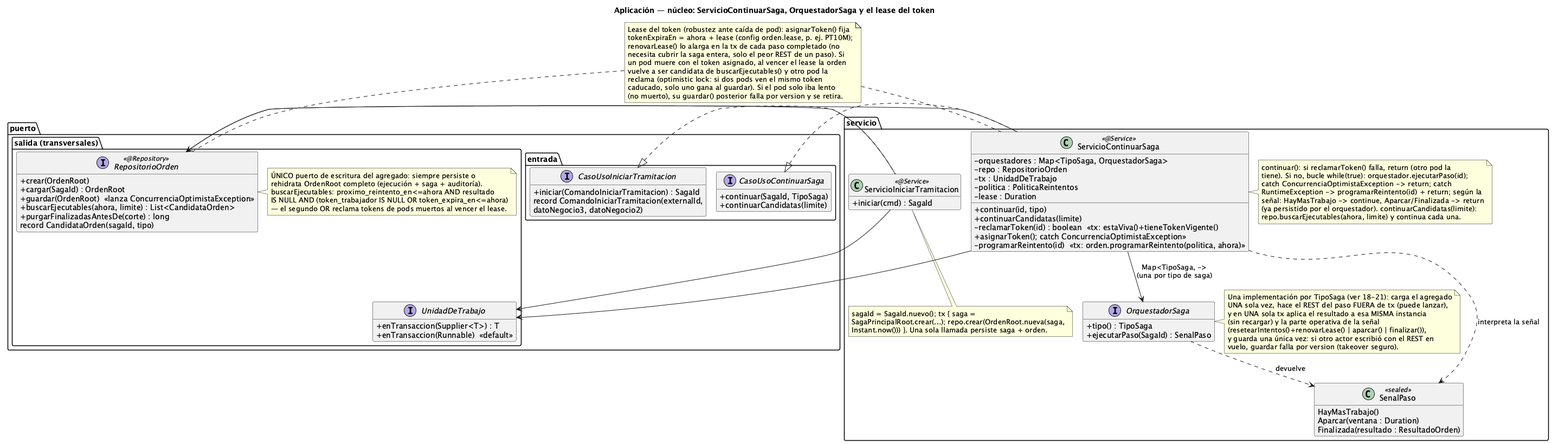
Before: order-manager/docs/17-clases-aplicacion-nucleo.png, a diagram exported from PlantUML (ralcazar/patrones).
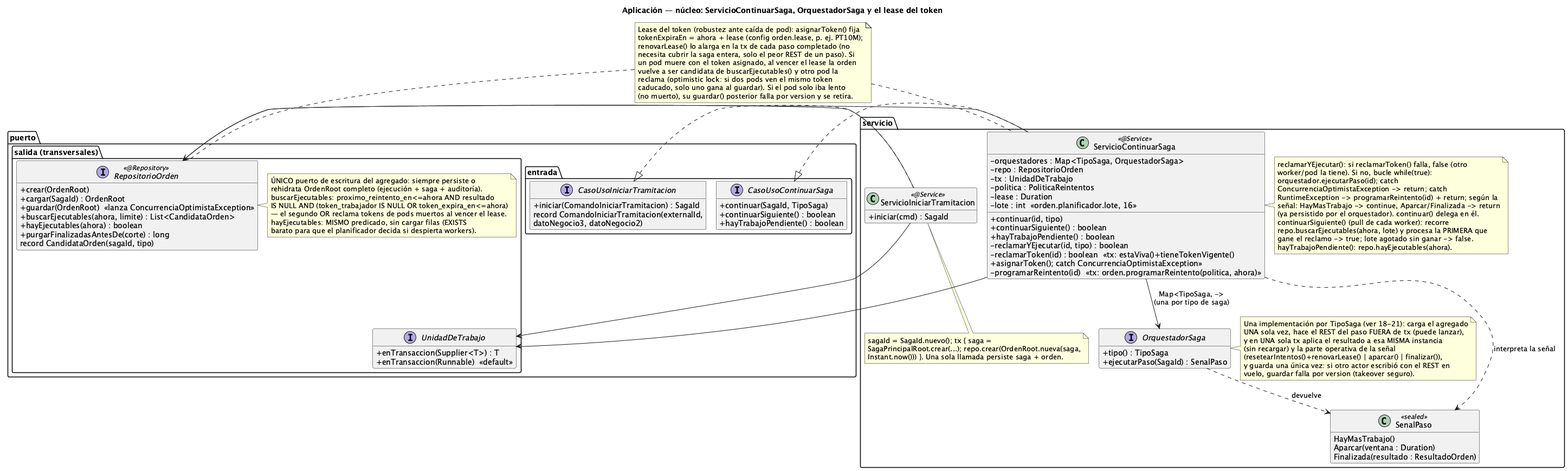
After the commit.

Change to the diagram source:
```diff
@@ -11,7 +11,8 @@
   }
   interface CasoUsoContinuarSaga {
     +continuar(SagaId, TipoSaga)
-    +continuarCandidatas(limite)
+    +continuarSiguiente() : boolean
+    +hayTrabajoPendiente() : boolean
   }
 }
 
@@ -31,19 +32,26 @@
     -tx : UnidadDeTrabajo
     -politica : PoliticaReintentos
     -lease : Duration
+    -lote : int  «orden.planificador.lote, 16»
     +continuar(id, tipo)
-    +continuarCandidatas(limite)
+    +continuarSiguiente() : boolean
+    +hayTrabajoPendiente() : boolean
+    -reclamarYEjecutar(id, tipo) : boolean
     -reclamarToken(id) : boolean  «tx: estaViva()+tieneTokenVigente()\n+asignarToken(); catch ConcurrenciaOptimistaException»
     -programarReintento(id)  «tx: orden.programarReintento(politica, ahora)»
   }
   note right of ServicioContinuarSaga
-    continuar(): si reclamarToken() falla, return (otro pod la
-    tiene). Si no, bucle while(true): orquestador.ejecutarPaso(id);
-    catch ConcurrenciaOptimistaException -> return; catch
+    reclamarYEjecutar(): si reclamarToken() falla, false (otro
+    worker/pod la tiene). Si no, bucle while(true):
+    orquestador.ejecutarPaso(id); catch
+    ConcurrenciaOptimistaException -> return; catch
     RuntimeException -> programarReintento(id) + return; según la
     señal: HayMasTrabajo -> continue, Aparcar/Finalizada -> return
-    (ya persistido por el orquestador). continuarCandidatas(limite):
-    repo.buscarEjecutables(ahora, limite) y continua cada una.
+    (ya persistido por el orquestador). continuar() delega en él.
+    continuarSiguiente() (pull de cada worker): recorre
+    repo.buscarEjecutables(ahora, lote) y procesa la PRIMERA que
+    gane el reclamo -> true; lote agotado sin ganar -> false.
+    hayTrabajoPendiente(): repo.hayEjecutables(ahora).
   end note
 
   interface OrquestadorSaga {
@@ -73,6 +81,7 @@
     +cargar(SagaId) : OrdenRoot
     +guardar(OrdenRoot)  «lanza ConcurrenciaOptimistaException»
     +buscarEjecutables(ahora, limite) : List<CandidataOrden>
+    +hayEjecutables(ahora) : boolean
     +purgarFinalizadasAntesDe(corte) : long
     record CandidataOrden(sagaId, tipo)
   }
@@ -82,6 +91,8 @@
     buscarEjecutables: proximo_reintento_en<=ahora AND resultado
     IS NULL AND (token_trabajador IS NULL OR token_expira_en<=ahora)
     — el segundo OR reclama tokens de pods muertos al vencer el lease.
+    hayEjecutables: MISMO predicado, sin cargar filas (EXISTS
+    barato para que el planificador decida si despierta workers).
   end note
   interface UnidadDeTrabajo {
     +enTransaccion(Supplier<T>) : T
```
